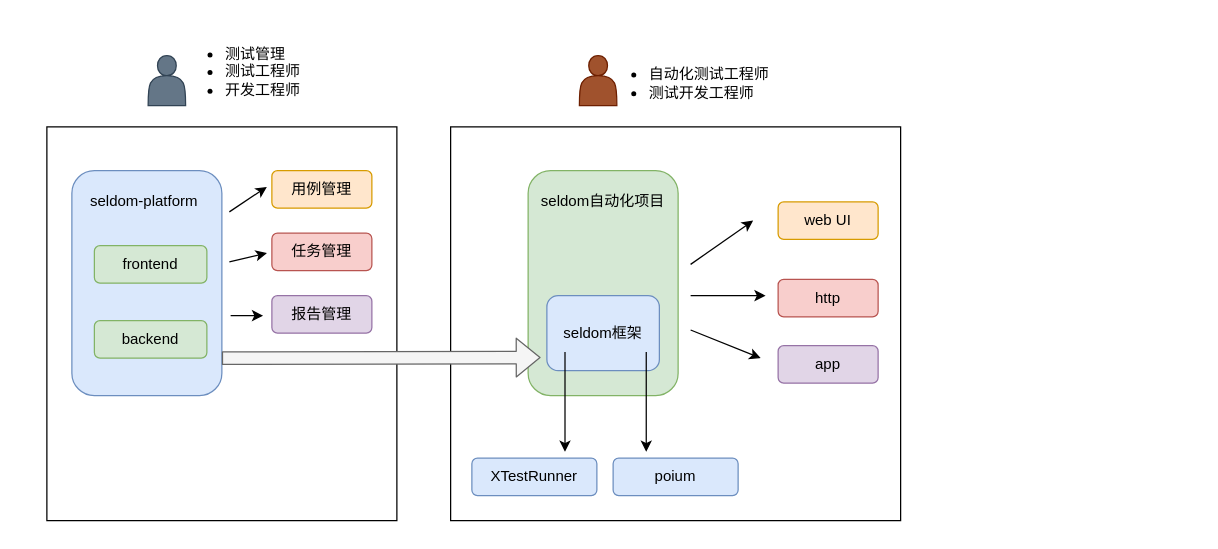
The draw.io diagram architecture.drawio in SeldomQA/seldom-platform, before the edit. Source tidied: cells renumbered, new cells numbered last; positions are measured from the earlier drawing's top-left corner, leaving out a move shared by most shapes. Both pictures are drawn from the tidied source at 125%, with x=0, y=0 at pixel (46, 21).
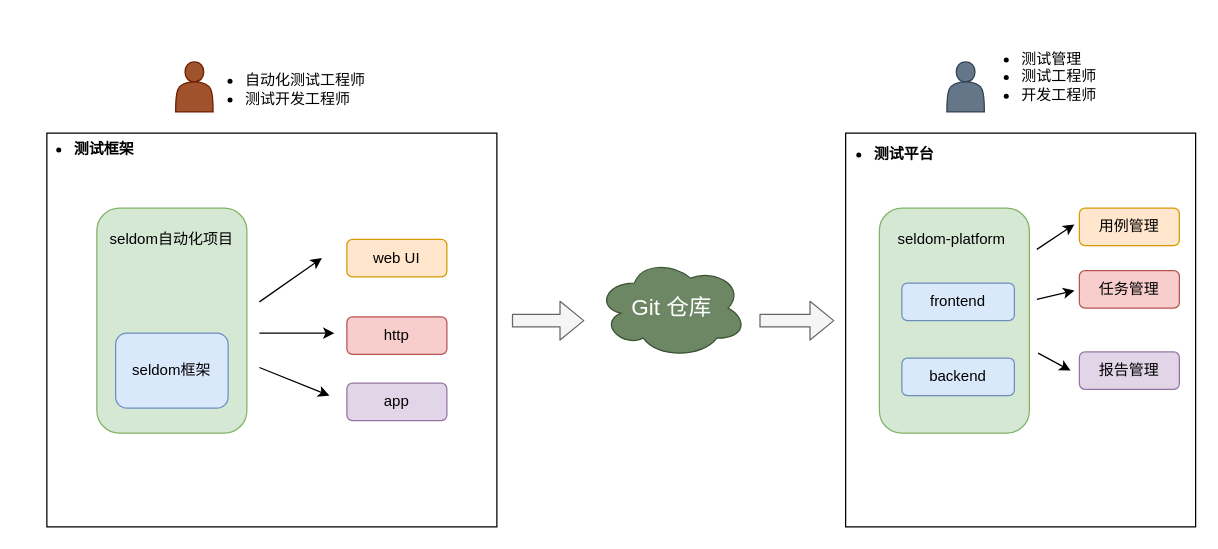
The same diagram, later.

Diff of the diagram source:
```diff
@@
     <mxCell id="2" style="rounded=0;whiteSpace=wrap;html=1;" parent="1" vertex="1">
-      <mxGeometry y="84" width="280" height="315" as="geometry" />
+      <mxGeometry x="639" y="89" width="280" height="315" as="geometry" />
     </mxCell>
     <mxCell id="3" style="rounded=0;whiteSpace=wrap;html=1;" parent="1" vertex="1">
-      <mxGeometry x="323" y="84" width="360" height="315" as="geometry" />
+      <mxGeometry y="89" width="360" height="315" as="geometry" />
     </mxCell>
-    <mxCell id="4" style="rounded=1;whiteSpace=wrap;html=1;fillColor=#dae8fc;strokeColor=#6c8ebf;" parent="1" vertex="1">
-      <mxGeometry x="20" y="119" width="120" height="180" as="geometry" />
+    <mxCell id="4" style="rounded=1;whiteSpace=wrap;html=1;fillColor=#d5e8d4;strokeColor=#82b366;" parent="1" vertex="1">
+      <mxGeometry x="666" y="149" width="120" height="180" as="geometry" />
     </mxCell>
     <mxCell id="5" value="seldom-platform" style="text;html=1;strokeColor=none;fillColor=none;align=center;verticalAlign=middle;whiteSpace=wrap;rounded=0;" parent="1" vertex="1">
-      <mxGeometry x="28" y="129" width="100" height="30" as="geometry" />
+      <mxGeometry x="674" y="159" width="100" height="30" as="geometry" />
     </mxCell>
-    <mxCell id="6" value="frontend" style="rounded=1;whiteSpace=wrap;html=1;fillColor=#d5e8d4;strokeColor=#82b366;" parent="1" vertex="1">
-      <mxGeometry x="38" y="179" width="90" height="30" as="geometry" />
+    <mxCell id="6" value="frontend" style="rounded=1;whiteSpace=wrap;html=1;fillColor=#dae8fc;strokeColor=#6c8ebf;" parent="1" vertex="1">
+      <mxGeometry x="684" y="209" width="90" height="30" as="geometry" />
     </mxCell>
-    <mxCell id="7" value="backend" style="rounded=1;whiteSpace=wrap;html=1;fillColor=#d5e8d4;strokeColor=#82b366;" parent="1" vertex="1">
-      <mxGeometry x="38" y="239" width="90" height="30" as="geometry" />
+    <mxCell id="7" value="backend" style="rounded=1;whiteSpace=wrap;html=1;fillColor=#dae8fc;strokeColor=#6c8ebf;" parent="1" vertex="1">
+      <mxGeometry x="684" y="269" width="90" height="30" as="geometry" />
     </mxCell>
     <mxCell id="8" style="rounded=1;whiteSpace=wrap;html=1;fillColor=#d5e8d4;strokeColor=#82b366;" parent="1" vertex="1">
-      <mxGeometry x="385" y="119" width="120" height="180" as="geometry" />
+      <mxGeometry x="40" y="149" width="120" height="180" as="geometry" />
     </mxCell>
     <mxCell id="9" value="seldom自动化项目" style="text;html=1;strokeColor=none;fillColor=none;align=center;verticalAlign=middle;whiteSpace=wrap;rounded=0;" parent="1" vertex="1">
-      <mxGeometry x="390" y="129" width="110" height="30" as="geometry" />
+      <mxGeometry x="45" y="159" width="110" height="30" as="geometry" />
     </mxCell>
     <mxCell id="10" value="seldom框架" style="rounded=1;whiteSpace=wrap;html=1;fillColor=#dae8fc;strokeColor=#6c8ebf;" parent="1" vertex="1">
-      <mxGeometry x="400" y="219" width="90" height="60" as="geometry" />
+      <mxGeometry x="55" y="249" width="90" height="60" as="geometry" />
     </mxCell>
     <mxCell id="11" value="web UI" style="rounded=1;whiteSpace=wrap;html=1;fillColor=#ffe6cc;strokeColor=#d79b00;" parent="1" vertex="1">
-      <mxGeometry x="585" y="144" width="80" height="30" as="geometry" />
+      <mxGeometry x="240" y="174" width="80" height="30" as="geometry" />
     </mxCell>
     <mxCell id="12" style="shape=flexArrow;endArrow=classic;html=1;fillColor=#f5f5f5;strokeColor=#666666;exitX=1;exitY=0.75;exitDx=0;exitDy=0;" parent="1" edge="1">
       <mxGeometry relative="1" as="geometry">
-        <mxPoint x="140" y="269" as="sourcePoint" />
-        <mxPoint x="395" y="268.5" as="targetPoint" />
+        <mxPoint x="372" y="239" as="sourcePoint" />
+        <mxPoint x="430" y="239" as="targetPoint" />
       </mxGeometry>
     </mxCell>
     <mxCell id="13" value="http" style="rounded=1;whiteSpace=wrap;html=1;fillColor=#f8cecc;strokeColor=#b85450;" parent="1" vertex="1">
-      <mxGeometry x="585" y="206" width="80" height="30" as="geometry" />
+      <mxGeometry x="240" y="236" width="80" height="30" as="geometry" />
     </mxCell>
     <mxCell id="14" value="app" style="rounded=1;whiteSpace=wrap;html=1;fillColor=#e1d5e7;strokeColor=#9673a6;" parent="1" vertex="1">
-      <mxGeometry x="585" y="259" width="80" height="30" as="geometry" />
+      <mxGeometry x="240" y="289" width="80" height="30" as="geometry" />
     </mxCell>
     <mxCell id="15" style="endArrow=classic;html=1;" parent="1" edge="1">
       <mxGeometry relative="1" as="geometry">
-        <mxPoint x="515" y="194" as="sourcePoint" />
-        <mxPoint x="565" y="159" as="targetPoint" />
+        <mxPoint x="170" y="224" as="sourcePoint" />
+        <mxPoint x="220" y="189" as="targetPoint" />
       </mxGeometry>
     </mxCell>
     <mxCell id="16" style="endArrow=classic;html=1;" parent="1" edge="1">
       <mxGeometry relative="1" as="geometry">
-        <mxPoint x="515" y="219" as="sourcePoint" />
-        <mxPoint x="575" y="219" as="targetPoint" />
+        <mxPoint x="170" y="249" as="sourcePoint" />
+        <mxPoint x="230" y="249" as="targetPoint" />
       </mxGeometry>
     </mxCell>
     <mxCell id="17" style="endArrow=classic;html=1;" parent="1" edge="1">
       <mxGeometry relative="1" as="geometry">
-        <mxPoint x="515" y="246.5" as="sourcePoint" />
-        <mxPoint x="571" y="269" as="targetPoint" />
+        <mxPoint x="170" y="276.5" as="sourcePoint" />
+        <mxPoint x="226" y="299" as="targetPoint" />
       </mxGeometry>
     </mxCell>
-    <mxCell id="18" value="XTestRunner" style="rounded=1;whiteSpace=wrap;html=1;fillColor=#dae8fc;strokeColor=#6c8ebf;" parent="1" vertex="1">
-      <mxGeometry x="340" y="349" width="100" height="30" as="geometry" />
-    </mxCell>
-    <mxCell id="19" value="poium" style="rounded=1;whiteSpace=wrap;html=1;fillColor=#dae8fc;strokeColor=#6c8ebf;" parent="1" vertex="1">
-      <mxGeometry x="453" y="349" width="100" height="30" as="geometry" />
-    </mxCell>
-    <mxCell id="20" style="endArrow=classic;html=1;" parent="1" edge="1">
-      <mxGeometry relative="1" as="geometry">
-        <mxPoint x="414.5" y="264" as="sourcePoint" />
-        <mxPoint x="414.5" y="344" as="targetPoint" />
-      </mxGeometry>
-    </mxCell>
-    <mxCell id="21" style="endArrow=classic;html=1;" parent="1" edge="1">
-      <mxGeometry relative="1" as="geometry">
-        <mxPoint x="479.5" y="264" as="sourcePoint" />
-        <mxPoint x="479.5" y="344" as="targetPoint" />
-      </mxGeometry>
-    </mxCell>
     <mxCell id="22" style="shape=actor;whiteSpace=wrap;html=1;fillColor=#a0522d;fontColor=#ffffff;strokeColor=#6D1F00;" parent="1" vertex="1">
-      <mxGeometry x="426" y="27" width="30" height="40" as="geometry" />
+      <mxGeometry x="103" y="32" width="30" height="40" as="geometry" />
     </mxCell>
     <mxCell id="23" value="&lt;ul&gt;&lt;li&gt;自动化测试工程师&lt;/li&gt;&lt;li&gt;测试开发工程师&lt;/li&gt;&lt;/ul&gt;" style="text;strokeColor=none;fillColor=none;html=1;whiteSpace=wrap;verticalAlign=middle;overflow=hidden;" parent="1" vertex="1">
-      <mxGeometry x="440" y="9" width="178" height="80" as="geometry" />
+      <mxGeometry x="117" y="14" width="178" height="80" as="geometry" />
     </mxCell>
     <mxCell id="24" style="shape=actor;whiteSpace=wrap;html=1;fillColor=#647687;fontColor=#ffffff;strokeColor=#314354;" parent="1" vertex="1">
-      <mxGeometry x="81" y="27" width="30" height="40" as="geometry" />
+      <mxGeometry x="720" y="32" width="30" height="40" as="geometry" />
     </mxCell>
     <mxCell id="25" value="&lt;ul&gt;&lt;li&gt;测试管理&lt;/li&gt;&lt;li&gt;测试工程师&lt;/li&gt;&lt;li&gt;开发工程师&lt;/li&gt;&lt;/ul&gt;" style="text;strokeColor=none;fillColor=none;html=1;whiteSpace=wrap;verticalAlign=middle;overflow=hidden;" parent="1" vertex="1">
-      <mxGeometry x="101" width="168" height="80" as="geometry" />
+      <mxGeometry x="738" y="4" width="168" height="80" as="geometry" />
     </mxCell>
     <mxCell id="26" value="用例管理" style="rounded=1;whiteSpace=wrap;html=1;fillColor=#ffe6cc;strokeColor=#d79b00;" parent="1" vertex="1">
-      <mxGeometry x="180" y="119" width="80" height="30" as="geometry" />
+      <mxGeometry x="826" y="149" width="80" height="30" as="geometry" />
     </mxCell>
     <mxCell id="27" value="任务管理" style="rounded=1;whiteSpace=wrap;html=1;fillColor=#f8cecc;strokeColor=#b85450;" parent="1" vertex="1">
-      <mxGeometry x="180" y="169" width="80" height="30" as="geometry" />
+      <mxGeometry x="826" y="199" width="80" height="30" as="geometry" />
     </mxCell>
     <mxCell id="28" value="报告管理" style="rounded=1;whiteSpace=wrap;html=1;fillColor=#e1d5e7;strokeColor=#9673a6;" parent="1" vertex="1">
-      <mxGeometry x="180" y="219" width="80" height="30" as="geometry" />
+      <mxGeometry x="826" y="264" width="80" height="30" as="geometry" />
     </mxCell>
     <mxCell id="29" style="endArrow=classic;html=1;" parent="1" edge="1">
       <mxGeometry relative="1" as="geometry">
-        <mxPoint x="146" y="152" as="sourcePoint" />
-        <mxPoint x="176" y="132" as="targetPoint" />
+        <mxPoint x="792" y="182" as="sourcePoint" />
+        <mxPoint x="822" y="162" as="targetPoint" />
       </mxGeometry>
     </mxCell>
     <mxCell id="30" style="endArrow=classic;html=1;" parent="1" edge="1">
       <mxGeometry relative="1" as="geometry">
-        <mxPoint x="147" y="235" as="sourcePoint" />
-        <mxPoint x="173" y="235" as="targetPoint" />
+        <mxPoint x="793" y="265" as="sourcePoint" />
+        <mxPoint x="819" y="279" as="targetPoint" />
       </mxGeometry>
     </mxCell>
     <mxCell id="31" style="endArrow=classic;html=1;" parent="1" edge="1">
       <mxGeometry relative="1" as="geometry">
-        <mxPoint x="146" y="192" as="sourcePoint" />
-        <mxPoint x="176" y="185" as="targetPoint" />
+        <mxPoint x="792" y="222" as="sourcePoint" />
+        <mxPoint x="822" y="215" as="targetPoint" />
       </mxGeometry>
     </mxCell>
+    <mxCell id="32" value="&lt;ul&gt;&lt;li&gt;&lt;b&gt;测试框架&lt;/b&gt;&lt;/li&gt;&lt;/ul&gt;" style="text;strokeColor=none;fillColor=none;html=1;whiteSpace=wrap;verticalAlign=middle;overflow=hidden;" parent="1" vertex="1">
+      <mxGeometry x="-20" y="80" width="130" height="40" as="geometry" />
+    </mxCell>
+    <mxCell id="33" value="&lt;ul&gt;&lt;li&gt;&lt;b&gt;测试平台&lt;/b&gt;&lt;/li&gt;&lt;/ul&gt;" style="text;strokeColor=none;fillColor=none;html=1;whiteSpace=wrap;verticalAlign=middle;overflow=hidden;" parent="1" vertex="1">
+      <mxGeometry x="620" y="84" width="130" height="40" as="geometry" />
+    </mxCell>
+    <mxCell id="34" value="&lt;font style=&quot;font-size: 18px;&quot;&gt;Git 仓库&lt;/font&gt;" style="ellipse;shape=cloud;whiteSpace=wrap;html=1;fillColor=#6d8764;fontColor=#ffffff;strokeColor=#3A5431;" parent="1" vertex="1">
+      <mxGeometry x="440" y="189" width="120" height="80" as="geometry" />
+    </mxCell>
+    <mxCell id="35" style="shape=flexArrow;endArrow=classic;html=1;fontSize=18;fillColor=#f5f5f5;strokeColor=#666666;" parent="1" edge="1">
+      <mxGeometry relative="1" as="geometry">
+        <mxPoint x="570" y="239" as="sourcePoint" />
+        <mxPoint x="630" y="239" as="targetPoint" />
+      </mxGeometry>
+    </mxCell>
```
